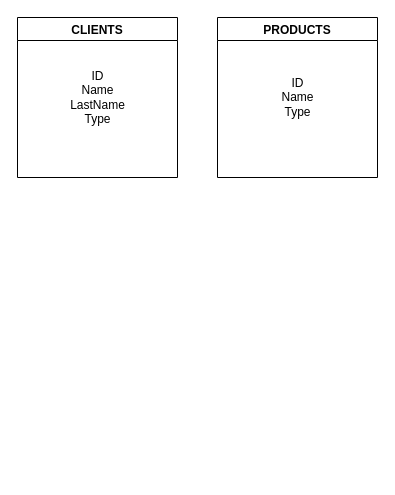
This is Untitled Diagram.drawio from Benjamin-DM/Proyecto1_NTT, a draw.io file, before an edit. Source tidied: cells renumbered, new cells numbered last; positions are measured from the earlier drawing's top-left corner, leaving out a move shared by most shapes. Both pictures are drawn from the tidied source at 100%, with x=0, y=0 at pixel (17, 17).
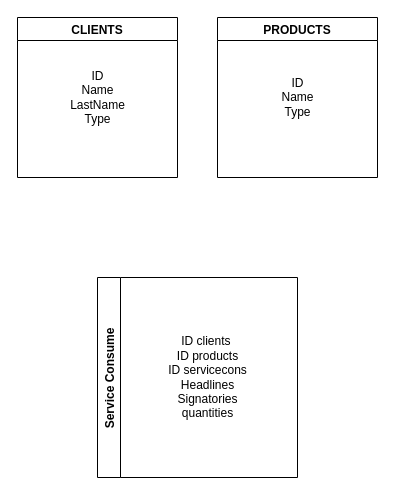
Above is the later version.

Change to the diagram source:
```diff
@@
 <mxGraphModel>
   <root>
     <mxCell id="0" />
     <mxCell id="1" parent="0" />
     <mxCell id="2" value="CLIENTS" style="swimlane;" parent="1" vertex="1">
       <mxGeometry width="160" height="160" as="geometry" />
     </mxCell>
     <mxCell id="3" value="ID&lt;br&gt;Name&lt;br&gt;LastName&lt;br&gt;Type" style="text;html=1;align=center;verticalAlign=middle;strokeColor=none;fillColor=none;" parent="2" vertex="1">
       <mxGeometry x="45" y="50" width="70" height="60" as="geometry" />
     </mxCell>
     <mxCell id="4" value="PRODUCTS" style="swimlane;" parent="1" vertex="1">
       <mxGeometry x="200" width="160" height="160" as="geometry" />
     </mxCell>
     <mxCell id="5" value="ID&lt;br&gt;Name&lt;br&gt;Type" style="text;html=1;align=center;verticalAlign=middle;strokeColor=none;fillColor=none;" parent="4" vertex="1">
       <mxGeometry x="55" y="55" width="50" height="50" as="geometry" />
     </mxCell>
+    <mxCell id="6" value="Service Consume" style="swimlane;horizontal=0;" parent="1" vertex="1">
+      <mxGeometry x="80" y="260" width="200" height="200" as="geometry" />
+    </mxCell>
+    <mxCell id="7" value="ID clients&amp;nbsp;&lt;br&gt;ID products&lt;br&gt;ID servicecons&lt;br&gt;Headlines&lt;br&gt;Signatories&lt;br&gt;quantities&lt;br&gt;" style="text;html=1;align=center;verticalAlign=middle;strokeColor=none;fillColor=none;" parent="6" vertex="1">
+      <mxGeometry x="65" y="55" width="90" height="90" as="geometry" />
+    </mxCell>
   </root>
 </mxGraphModel>
```
